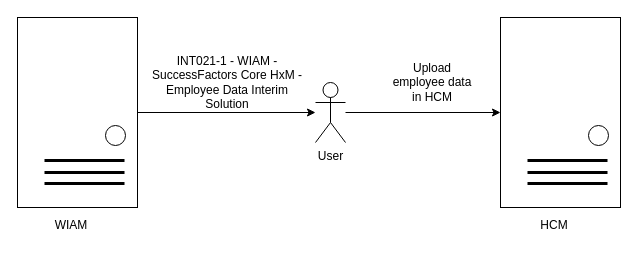
This is page "INT021" (10 of 11) of Untitled Diagram.drawio from wsxad234/flowchart, a draw.io file, before an edit. Source tidied: cells renumbered, new cells numbered last; positions are measured from the earlier drawing's top-left corner, leaving out a move shared by most shapes. Both pictures are drawn from the tidied source at 100%, with x=0, y=0 at pixel (17, 17).
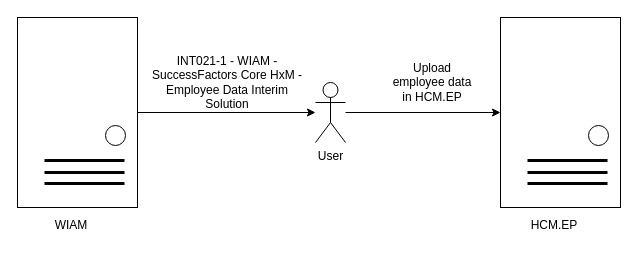
After the change.

Diff of the diagram source:
```diff
@@
-    <mxCell id="11" value="HCM" style="text;html=1;strokeColor=none;fillColor=none;align=center;verticalAlign=middle;whiteSpace=wrap;rounded=0;" parent="1" vertex="1">
+    <mxCell id="11" value="HCM.EP" style="text;html=1;strokeColor=none;fillColor=none;align=center;verticalAlign=middle;whiteSpace=wrap;rounded=0;" parent="1" vertex="1">
       <mxGeometry x="507" y="193" width="60" height="30" as="geometry" />
     </mxCell>
@@
-    <mxCell id="18" value="Upload employee data in HCM" style="text;html=1;strokeColor=none;fillColor=none;align=center;verticalAlign=middle;whiteSpace=wrap;rounded=0;" parent="1" vertex="1">
+    <mxCell id="18" value="Upload employee data in HCM.EP" style="text;html=1;strokeColor=none;fillColor=none;align=center;verticalAlign=middle;whiteSpace=wrap;rounded=0;" parent="1" vertex="1">
       <mxGeometry x="370" y="50" width="90" height="30" as="geometry" />
     </mxCell>
```
